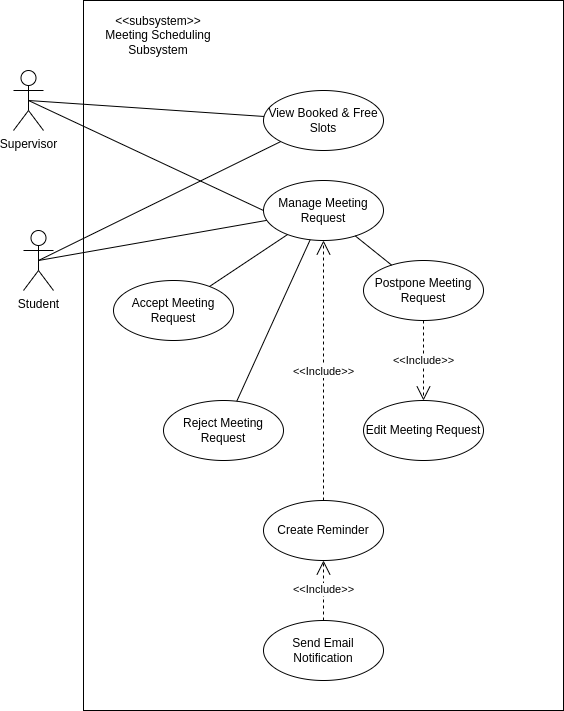
This is UML/Use Case Diagrams/images/Meeting Scheduling Subsystem.drawio.png from Beginner50/Dissertation, a draw.io export, as it was before one commit. Source tidied: cells renumbered, new cells last; positions are measured from the earlier drawing's top-left corner, leaving out a move shared by most shapes. Its diagram source:
```xml
<mxGraphModel>
  <root>
    <mxCell id="0" />
    <mxCell id="1" parent="0" />
    <mxCell id="2" style="rounded=0;whiteSpace=wrap;html=1;" parent="1" vertex="1">
      <mxGeometry x="70" width="480" height="710" as="geometry" />
    </mxCell>
    <mxCell id="3" value="&amp;lt;&amp;lt;subsystem&amp;gt;&amp;gt;&lt;br&gt;Meeting Scheduling Subsystem" style="text;html=1;strokeColor=none;fillColor=none;align=center;verticalAlign=middle;whiteSpace=wrap;rounded=0;" parent="1" vertex="1">
      <mxGeometry x="60" y="20" width="170" height="30" as="geometry" />
    </mxCell>
    <mxCell id="4" value="Supervisor" style="shape=umlActor;verticalLabelPosition=bottom;verticalAlign=top;html=1;outlineConnect=0;" parent="1" vertex="1">
      <mxGeometry y="70" width="30" height="60" as="geometry" />
    </mxCell>
    <mxCell id="5" value="Manage Meeting Request" style="ellipse;whiteSpace=wrap;html=1;" parent="1" vertex="1">
      <mxGeometry x="250" y="180" width="120" height="60" as="geometry" />
    </mxCell>
    <mxCell id="6" value="View Booked &amp;amp; Free Slots" style="ellipse;whiteSpace=wrap;html=1;" parent="1" vertex="1">
      <mxGeometry x="250" y="90" width="120" height="60" as="geometry" />
    </mxCell>
    <mxCell id="7" style="endArrow=none;html=1;rounded=0;exitX=0.5;exitY=0.5;exitDx=0;exitDy=0;exitPerimeter=0;" parent="1" edge="1" source="4" target="6">
      <mxGeometry relative="1" as="geometry" />
    </mxCell>
    <mxCell id="8" style="endArrow=none;html=1;rounded=0;entryX=0;entryY=0.5;entryDx=0;entryDy=0;exitX=0.5;exitY=0.5;exitDx=0;exitDy=0;exitPerimeter=0;" parent="1" edge="1" source="4" target="5">
      <mxGeometry relative="1" as="geometry" />
    </mxCell>
    <mxCell id="9" value="Create Reminder" style="ellipse;whiteSpace=wrap;html=1;" parent="1" vertex="1">
      <mxGeometry x="250" y="500" width="120" height="60" as="geometry" />
    </mxCell>
    <mxCell id="10" value="Send Email Notification" style="ellipse;whiteSpace=wrap;html=1;" parent="1" vertex="1">
      <mxGeometry x="250" y="620" width="120" height="60" as="geometry" />
    </mxCell>
    <mxCell id="11" value="&amp;lt;&amp;lt;Include&amp;gt;&amp;gt;" style="endArrow=open;endSize=12;dashed=1;html=1;rounded=0;" parent="1" edge="1" source="9" target="5">
      <mxGeometry relative="1" as="geometry" />
    </mxCell>
    <mxCell id="12" value="&amp;lt;&amp;lt;Include&amp;gt;&amp;gt;" style="endArrow=open;endSize=12;dashed=1;html=1;rounded=0;exitX=0.5;exitY=0;exitDx=0;exitDy=0;entryX=0.5;entryY=1;entryDx=0;entryDy=0;" parent="1" edge="1" source="10" target="9">
      <mxGeometry relative="1" as="geometry" />
    </mxCell>
    <mxCell id="13" value="Postpone Meeting Request" style="ellipse;whiteSpace=wrap;html=1;" parent="1" vertex="1">
      <mxGeometry x="350" y="260" width="120" height="60" as="geometry" />
    </mxCell>
    <mxCell id="14" value="Edit Meeting Request" style="ellipse;whiteSpace=wrap;html=1;" parent="1" vertex="1">
      <mxGeometry x="350" y="400" width="120" height="60" as="geometry" />
    </mxCell>
    <mxCell id="15" style="endArrow=none;html=1;rounded=0;" parent="1" edge="1" source="13" target="5">
      <mxGeometry relative="1" as="geometry" />
    </mxCell>
    <mxCell id="16" value="Student" style="shape=umlActor;verticalLabelPosition=bottom;verticalAlign=top;html=1;outlineConnect=0;" parent="1" vertex="1">
      <mxGeometry x="10" y="230" width="30" height="60" as="geometry" />
    </mxCell>
    <mxCell id="17" style="endArrow=none;html=1;rounded=0;exitX=0.5;exitY=0.5;exitDx=0;exitDy=0;exitPerimeter=0;" parent="1" edge="1" source="16" target="6">
      <mxGeometry relative="1" as="geometry" />
    </mxCell>
    <mxCell id="18" style="endArrow=none;html=1;rounded=0;exitX=0.5;exitY=0.5;exitDx=0;exitDy=0;exitPerimeter=0;" parent="1" edge="1" source="16" target="5">
      <mxGeometry relative="1" as="geometry" />
    </mxCell>
    <mxCell id="19" value="&amp;lt;&amp;lt;Include&amp;gt;&amp;gt;" style="endArrow=open;endSize=12;dashed=1;html=1;rounded=0;" parent="1" edge="1" source="13" target="14">
      <mxGeometry relative="1" as="geometry" />
    </mxCell>
    <mxCell id="20" value="Accept Meeting Request" style="ellipse;whiteSpace=wrap;html=1;" parent="1" vertex="1">
      <mxGeometry x="100" y="280" width="120" height="60" as="geometry" />
    </mxCell>
    <mxCell id="21" value="Reject Meeting Request" style="ellipse;whiteSpace=wrap;html=1;" parent="1" vertex="1">
      <mxGeometry x="150" y="400" width="120" height="60" as="geometry" />
    </mxCell>
    <mxCell id="22" style="endArrow=none;html=1;rounded=0;" parent="1" edge="1" source="20" target="5">
      <mxGeometry relative="1" as="geometry" />
    </mxCell>
    <mxCell id="23" style="endArrow=none;html=1;rounded=0;" parent="1" edge="1" source="21" target="5">
      <mxGeometry relative="1" as="geometry" />
    </mxCell>
  </root>
</mxGraphModel>
```
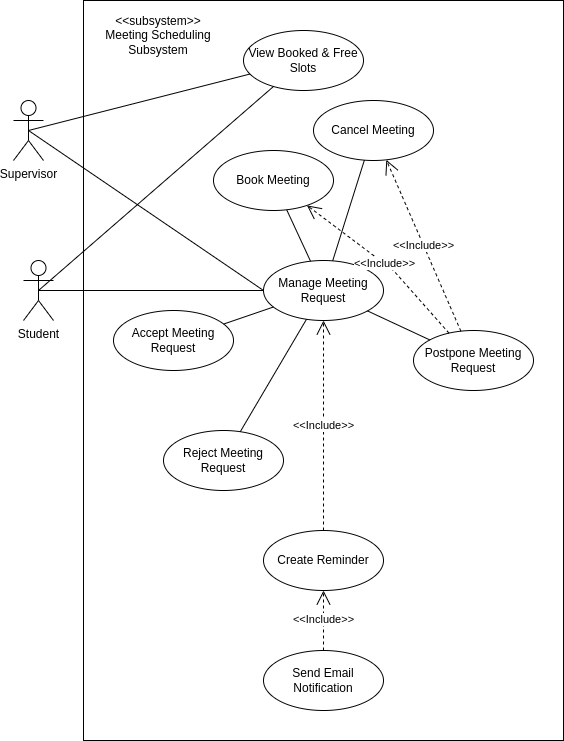
After the commit.

The edit, as a diff of the source:
```diff
@@ -3,19 +3,19 @@
     <mxCell id="0" />
     <mxCell id="1" parent="0" />
     <mxCell id="2" style="rounded=0;whiteSpace=wrap;html=1;" parent="1" vertex="1">
-      <mxGeometry x="70" width="480" height="710" as="geometry" />
+      <mxGeometry x="70" y="-30" width="480" height="740" as="geometry" />
     </mxCell>
     <mxCell id="3" value="&amp;lt;&amp;lt;subsystem&amp;gt;&amp;gt;&lt;br&gt;Meeting Scheduling Subsystem" style="text;html=1;strokeColor=none;fillColor=none;align=center;verticalAlign=middle;whiteSpace=wrap;rounded=0;" parent="1" vertex="1">
-      <mxGeometry x="60" y="20" width="170" height="30" as="geometry" />
+      <mxGeometry x="60" y="-10" width="170" height="30" as="geometry" />
     </mxCell>
     <mxCell id="4" value="Supervisor" style="shape=umlActor;verticalLabelPosition=bottom;verticalAlign=top;html=1;outlineConnect=0;" parent="1" vertex="1">
       <mxGeometry y="70" width="30" height="60" as="geometry" />
     </mxCell>
     <mxCell id="5" value="Manage Meeting Request" style="ellipse;whiteSpace=wrap;html=1;" parent="1" vertex="1">
-      <mxGeometry x="250" y="180" width="120" height="60" as="geometry" />
+      <mxGeometry x="250" y="230" width="120" height="60" as="geometry" />
     </mxCell>
     <mxCell id="6" value="View Booked &amp;amp; Free Slots" style="ellipse;whiteSpace=wrap;html=1;" parent="1" vertex="1">
-      <mxGeometry x="250" y="90" width="120" height="60" as="geometry" />
+      <mxGeometry x="230" width="120" height="60" as="geometry" />
     </mxCell>
     <mxCell id="7" style="endArrow=none;html=1;rounded=0;exitX=0.5;exitY=0.5;exitDx=0;exitDy=0;exitPerimeter=0;" parent="1" edge="1" source="4" target="6">
       <mxGeometry relative="1" as="geometry" />
@@ -36,11 +36,8 @@
       <mxGeometry relative="1" as="geometry" />
     </mxCell>
     <mxCell id="13" value="Postpone Meeting Request" style="ellipse;whiteSpace=wrap;html=1;" parent="1" vertex="1">
-      <mxGeometry x="350" y="260" width="120" height="60" as="geometry" />
+      <mxGeometry x="400" y="300" width="120" height="60" as="geometry" />
     </mxCell>
-    <mxCell id="14" value="Edit Meeting Request" style="ellipse;whiteSpace=wrap;html=1;" parent="1" vertex="1">
-      <mxGeometry x="350" y="400" width="120" height="60" as="geometry" />
-    </mxCell>
     <mxCell id="15" style="endArrow=none;html=1;rounded=0;" parent="1" edge="1" source="13" target="5">
       <mxGeometry relative="1" as="geometry" />
     </mxCell>
@@ -53,8 +50,12 @@
     <mxCell id="18" style="endArrow=none;html=1;rounded=0;exitX=0.5;exitY=0.5;exitDx=0;exitDy=0;exitPerimeter=0;" parent="1" edge="1" source="16" target="5">
       <mxGeometry relative="1" as="geometry" />
     </mxCell>
-    <mxCell id="19" value="&amp;lt;&amp;lt;Include&amp;gt;&amp;gt;" style="endArrow=open;endSize=12;dashed=1;html=1;rounded=0;" parent="1" edge="1" source="13" target="14">
-      <mxGeometry relative="1" as="geometry" />
+    <mxCell id="19" value="&amp;lt;&amp;lt;Include&amp;gt;&amp;gt;" style="endArrow=open;endSize=12;dashed=1;html=1;rounded=0;" parent="1" edge="1" source="13" target="24">
+      <mxGeometry relative="1" as="geometry">
+        <Array as="points">
+          <mxPoint x="380" y="240" />
+        </Array>
+      </mxGeometry>
     </mxCell>
     <mxCell id="20" value="Accept Meeting Request" style="ellipse;whiteSpace=wrap;html=1;" parent="1" vertex="1">
       <mxGeometry x="100" y="280" width="120" height="60" as="geometry" />
@@ -68,5 +69,20 @@
     <mxCell id="23" style="endArrow=none;html=1;rounded=0;" parent="1" edge="1" source="21" target="5">
       <mxGeometry relative="1" as="geometry" />
     </mxCell>
+    <mxCell id="24" value="Book Meeting" style="ellipse;whiteSpace=wrap;html=1;" parent="1" vertex="1">
+      <mxGeometry x="200" y="120" width="120" height="60" as="geometry" />
+    </mxCell>
+    <mxCell id="25" value="Cancel Meeting" style="ellipse;whiteSpace=wrap;html=1;" parent="1" vertex="1">
+      <mxGeometry x="300" y="70" width="120" height="60" as="geometry" />
+    </mxCell>
+    <mxCell id="26" value="&amp;lt;&amp;lt;Include&amp;gt;&amp;gt;" style="endArrow=open;endSize=12;dashed=1;html=1;rounded=0;" parent="1" edge="1" source="13" target="25">
+      <mxGeometry relative="1" as="geometry" />
+    </mxCell>
+    <mxCell id="27" style="endArrow=none;html=1;rounded=0;" parent="1" edge="1" source="5" target="24">
+      <mxGeometry relative="1" as="geometry" />
+    </mxCell>
+    <mxCell id="28" style="endArrow=none;html=1;rounded=0;" parent="1" edge="1" source="5" target="25">
+      <mxGeometry relative="1" as="geometry" />
+    </mxCell>
   </root>
 </mxGraphModel>
```
